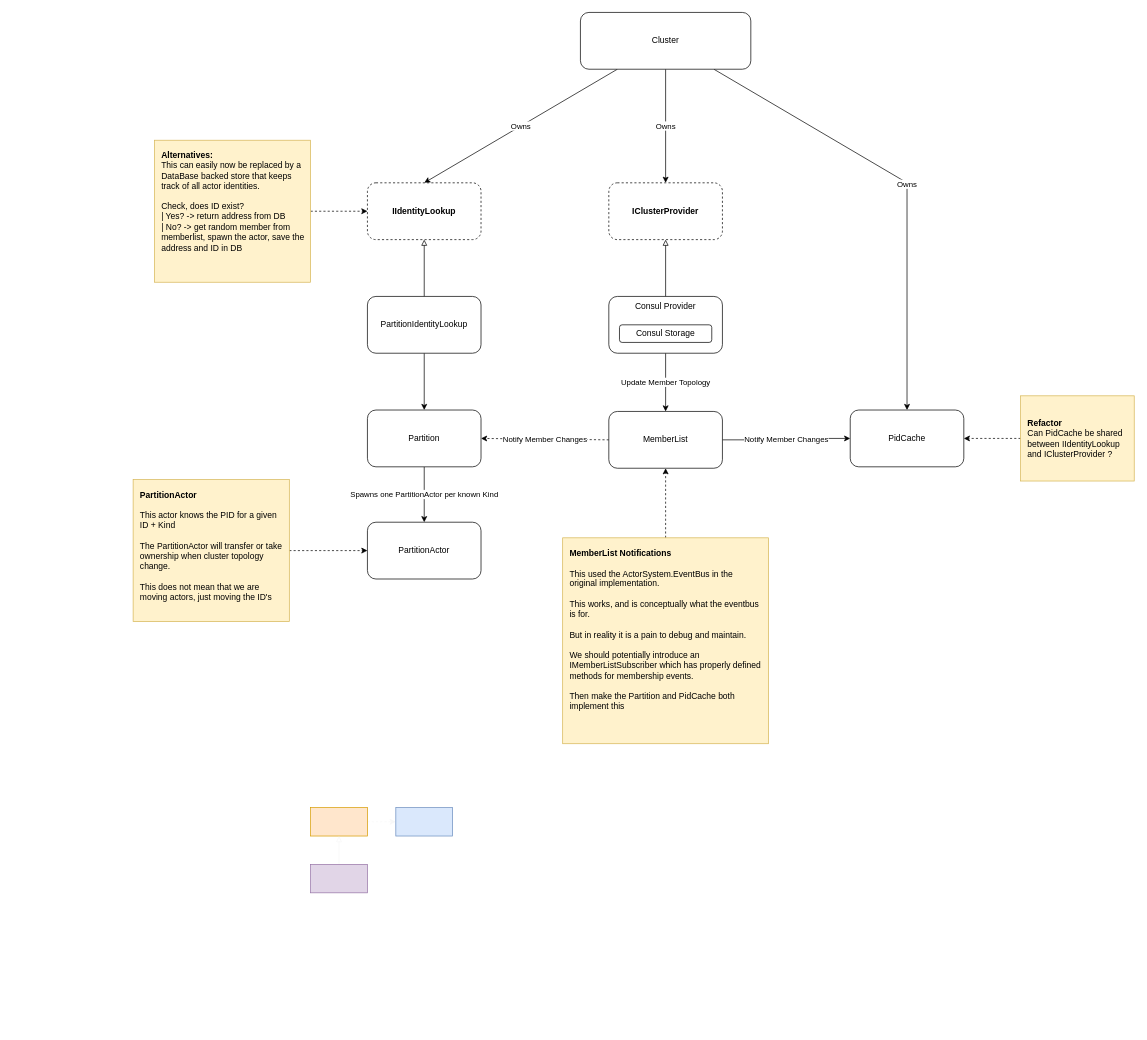
Before: page "Sida-1" (1 of 2) of cluster.drawio in asynkron/protoactor-dotnet, a draw.io diagram. Source tidied: cells renumbered, new cells numbered last; positions are measured from the earlier drawing's top-left corner, leaving out a move shared by most shapes. Both pictures are drawn from the tidied source at 71%, with x=0, y=0 at pixel (133, 12).
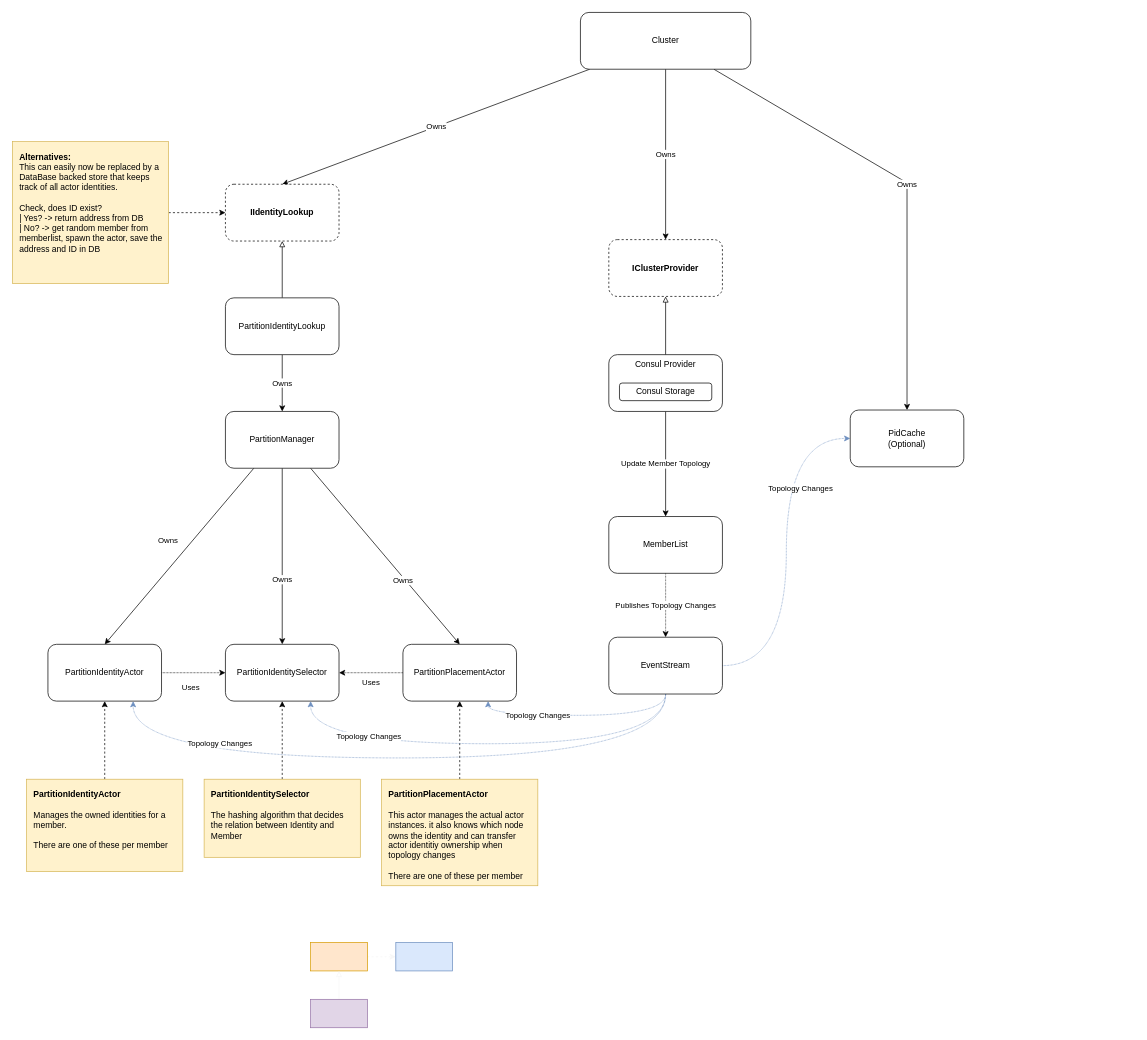
Above is the later version.

Commit message (it also covers changes not shown here):
new transfer strategy works

Change to the diagram source:
```diff
@@
     <mxCell id="3" value="IClusterProvider" style="rounded=1;whiteSpace=wrap;html=1;dashed=1;fontStyle=1;" parent="1" vertex="1">
-      <mxGeometry x="670" y="240" width="160" height="80" as="geometry" />
+      <mxGeometry x="670" y="320" width="160" height="80" as="geometry" />
     </mxCell>
-    <mxCell id="4" value="Notify Member Changes" style="edgeStyle=orthogonalEdgeStyle;rounded=0;jettySize=auto;html=1;exitX=1;exitY=0.5;exitDx=0;exitDy=0;entryX=0;entryY=0.5;entryDx=0;entryDy=0;endArrow=classic;endFill=1;" parent="1" edge="1" source="6" target="8">
-      <mxGeometry relative="1" as="geometry" />
+    <mxCell id="4" value="Topology Changes" style="edgeStyle=orthogonalEdgeStyle;rounded=0;jettySize=auto;html=1;exitX=1;exitY=0.5;exitDx=0;exitDy=0;entryX=0;entryY=0.5;entryDx=0;entryDy=0;endArrow=classic;endFill=1;curved=1;fillColor=#dae8fc;strokeColor=#6c8ebf;dashed=1;dashPattern=1 1;" parent="1" edge="1" source="50" target="8">
+      <mxGeometry x="0.36" y="-20" relative="1" as="geometry" />
     </mxCell>
-    <mxCell id="5" value="Notify Member Changes" style="edgeStyle=none;rounded=0;jettySize=auto;html=1;exitX=0;exitY=0.5;exitDx=0;exitDy=0;entryX=1;entryY=0.5;entryDx=0;entryDy=0;dashed=1;labelBackgroundColor=#ffffff;endArrow=classic;endFill=1;strokeColor=#000000;fontColor=#000000;" parent="1" edge="1" source="6" target="10">
-      <mxGeometry relative="1" as="geometry" />
-    </mxCell>
+    <mxCell id="36" value="Publishes Topology Changes" style="edgeStyle=orthogonalEdgeStyle;curved=1;rounded=0;jettySize=auto;html=1;exitX=0.5;exitY=1;exitDx=0;exitDy=0;entryX=0.5;entryY=0;entryDx=0;entryDy=0;dashed=1;dashPattern=1 1;" parent="1" edge="1" source="6" target="50">
+      <mxGeometry relative="1" as="geometry" />
+    </mxCell>
     <mxCell id="6" value="MemberList" style="rounded=1;whiteSpace=wrap;html=1;" parent="1" vertex="1">
-      <mxGeometry x="670" y="562" width="160" height="80" as="geometry" />
+      <mxGeometry x="670" y="710" width="160" height="80" as="geometry" />
     </mxCell>
@@
-    <mxCell id="8" value="PidCache" style="rounded=1;whiteSpace=wrap;html=1;" parent="1" vertex="1">
+    <mxCell id="8" value="PidCache&lt;br&gt;(Optional)" style="rounded=1;whiteSpace=wrap;html=1;" parent="1" vertex="1">
       <mxGeometry x="1010" y="560" width="160" height="80" as="geometry" />
     </mxCell>
-    <mxCell id="9" value="Spawns one PartitionActor per known Kind" style="edgeStyle=orthogonalEdgeStyle;rounded=0;jettySize=auto;html=1;exitX=0.5;exitY=1;exitDx=0;exitDy=0;entryX=0.5;entryY=0;entryDx=0;entryDy=0;endArrow=classic;endFill=1;" parent="1" edge="1" source="10" target="11">
-      <mxGeometry relative="1" as="geometry" />
+    <mxCell id="9" value="Owns" style="rounded=0;jettySize=auto;html=1;exitX=0.25;exitY=1;exitDx=0;exitDy=0;entryX=0.5;entryY=0;entryDx=0;entryDy=0;endArrow=classic;endFill=1;" parent="1" edge="1" source="10" target="11">
+      <mxGeometry x="-0.04" y="-26" relative="1" as="geometry" />
     </mxCell>
+    <mxCell id="37" value="Owns" style="edgeStyle=none;rounded=0;jettySize=auto;html=1;exitX=0.75;exitY=1;exitDx=0;exitDy=0;entryX=0.5;entryY=0;entryDx=0;entryDy=0;" parent="1" edge="1" source="10" target="41">
+      <mxGeometry x="0.26" y="-3" relative="1" as="geometry" />
+    </mxCell>
+    <mxCell id="38" value="Owns" style="rounded=0;jettySize=auto;html=1;exitX=0.5;exitY=1;exitDx=0;exitDy=0;entryX=0.5;entryY=0;entryDx=0;entryDy=0;" parent="1" edge="1" source="10" target="44">
+      <mxGeometry x="0.27" relative="1" as="geometry" />
+    </mxCell>
-    <mxCell id="10" value="Partition" style="rounded=1;whiteSpace=wrap;html=1;" parent="1" vertex="1">
-      <mxGeometry x="330" y="560" width="160" height="80" as="geometry" />
+    <mxCell id="10" value="PartitionManager" style="rounded=1;whiteSpace=wrap;html=1;" parent="1" vertex="1">
+      <mxGeometry x="130" y="562" width="160" height="80" as="geometry" />
     </mxCell>
+    <mxCell id="39" value="Uses" style="edgeStyle=none;rounded=0;jettySize=auto;html=1;exitX=1;exitY=0.5;exitDx=0;exitDy=0;entryX=0;entryY=0.5;entryDx=0;entryDy=0;dashed=1;dashPattern=1 1;" parent="1" edge="1" source="11" target="44">
+      <mxGeometry x="-0.08" y="-21" relative="1" as="geometry" />
+    </mxCell>
-    <mxCell id="11" value="PartitionActor" style="rounded=1;whiteSpace=wrap;html=1;" parent="1" vertex="1">
-      <mxGeometry x="330" y="718" width="160" height="80" as="geometry" />
+    <mxCell id="11" value="PartitionIdentityActor" style="rounded=1;whiteSpace=wrap;html=1;" parent="1" vertex="1">
+      <mxGeometry x="-120" y="890" width="160" height="80" as="geometry" />
     </mxCell>
@@
     <mxCell id="16" value="IIdentityLookup" style="rounded=1;whiteSpace=wrap;html=1;dashed=1;fontStyle=1;" parent="1" vertex="1">
-      <mxGeometry x="330" y="240" width="160" height="80" as="geometry" />
+      <mxGeometry x="130" y="242" width="160" height="80" as="geometry" />
     </mxCell>
-    <mxCell id="17" style="edgeStyle=none;rounded=0;jettySize=auto;html=1;exitX=0.5;exitY=1;exitDx=0;exitDy=0;entryX=0.5;entryY=0;entryDx=0;entryDy=0;endArrow=classic;endFill=1;" parent="1" edge="1" source="19" target="10">
+    <mxCell id="17" value="Owns" style="edgeStyle=none;rounded=0;jettySize=auto;html=1;exitX=0.5;exitY=1;exitDx=0;exitDy=0;entryX=0.5;entryY=0;entryDx=0;entryDy=0;endArrow=classic;endFill=1;" parent="1" edge="1" source="19" target="10">
       <mxGeometry relative="1" as="geometry" />
     </mxCell>
@@
     <mxCell id="19" value="PartitionIdentityLookup" style="rounded=1;whiteSpace=wrap;html=1;" parent="1" vertex="1">
-      <mxGeometry x="330" y="400" width="160" height="80" as="geometry" />
+      <mxGeometry x="130" y="402" width="160" height="80" as="geometry" />
     </mxCell>
-    <mxCell id="20" style="edgeStyle=none;rounded=0;jettySize=auto;html=1;exitX=0;exitY=0.5;exitDx=0;exitDy=0;entryX=1;entryY=0.5;entryDx=0;entryDy=0;dashed=1;endArrow=classic;endFill=1;" parent="1" edge="1" source="21" target="8">
-      <mxGeometry relative="1" as="geometry" />
-    </mxCell>
-    <mxCell id="21" value="&lt;b&gt;Refactor&lt;/b&gt;&lt;br&gt;Can PidCache be shared between IIdentityLookup and IClusterProvider ?" style="rounded=0;whiteSpace=wrap;html=1;fillColor=#fff2cc;strokeColor=#d6b656;align=left;spacing=10;" parent="1" vertex="1">
-      <mxGeometry x="1250" y="540" width="160" height="120" as="geometry" />
-    </mxCell>
@@
     <mxCell id="23" value="&lt;b&gt;Alternatives:&lt;/b&gt;&lt;br&gt;This can easily now be replaced by a DataBase backed store that keeps track of all actor identities.&lt;br&gt;&lt;br&gt;Check, does ID exist?&lt;br&gt;| Yes? -&amp;gt; return address from DB&lt;br&gt;| No? -&amp;gt; get random member from memberlist, spawn the actor, save the address and ID in DB" style="rounded=0;whiteSpace=wrap;html=1;fillColor=#fff2cc;strokeColor=#d6b656;align=left;spacing=10;verticalAlign=top;" parent="1" vertex="1">
-      <mxGeometry x="30" y="180" width="220" height="200" as="geometry" />
+      <mxGeometry x="-170" y="182" width="220" height="200" as="geometry" />
     </mxCell>
     <mxCell id="24" style="group;" parent="1" vertex="1">
-      <mxGeometry x="670" y="400" width="160" height="80" as="geometry" />
+      <mxGeometry x="670" y="482" width="160" height="80" as="geometry" />
     </mxCell>
@@
-    <mxCell id="27" style="edgeStyle=none;rounded=0;jettySize=auto;html=1;exitX=1;exitY=0.5;exitDx=0;exitDy=0;entryX=0;entryY=0.5;entryDx=0;entryDy=0;dashed=1;labelBackgroundColor=#ffffff;endArrow=classic;endFill=1;strokeColor=#000000;fontColor=#000000;" parent="1" edge="1" source="28" target="11">
+    <mxCell id="27" style="edgeStyle=none;rounded=0;jettySize=auto;html=1;exitX=0.5;exitY=0;exitDx=0;exitDy=0;dashed=1;labelBackgroundColor=#ffffff;endArrow=classic;endFill=1;strokeColor=#000000;fontColor=#000000;entryX=0.5;entryY=1;entryDx=0;entryDy=0;" parent="1" edge="1" source="28" target="11">
       <mxGeometry relative="1" as="geometry" />
     </mxCell>
-    <mxCell id="28" value="&lt;b&gt;PartitionActor&lt;/b&gt;&lt;br&gt;&lt;br&gt;This actor knows the PID for a given ID + Kind&lt;br&gt;&lt;br&gt;The PartitionActor will transfer or take ownership when cluster topology change.&lt;br&gt;&lt;br&gt;This does not mean that we are moving actors, just moving the ID's" style="rounded=0;whiteSpace=wrap;html=1;fillColor=#fff2cc;strokeColor=#d6b656;align=left;spacing=10;verticalAlign=top;" parent="1" vertex="1">
-      <mxGeometry y="658" width="220" height="200" as="geometry" />
+    <mxCell id="28" value="&lt;b&gt;PartitionIdentityActor&lt;br&gt;&lt;/b&gt;&lt;br&gt;Manages the owned identities for a member.&lt;br&gt;&lt;br&gt;There are one of these per member" style="rounded=0;whiteSpace=wrap;html=1;fillColor=#fff2cc;strokeColor=#d6b656;align=left;spacing=10;verticalAlign=top;" parent="1" vertex="1">
+      <mxGeometry x="-150" y="1080" width="220" height="130" as="geometry" />
     </mxCell>
-    <mxCell id="29" style="edgeStyle=none;rounded=0;jettySize=auto;html=1;exitX=0.5;exitY=0;exitDx=0;exitDy=0;entryX=0.5;entryY=1;entryDx=0;entryDy=0;dashed=1;labelBackgroundColor=#ffffff;endArrow=classic;endFill=1;strokeColor=#000000;fontColor=#000000;" parent="1" edge="1" source="30" target="6">
-      <mxGeometry relative="1" as="geometry" />
-    </mxCell>
-    <mxCell id="30" value="&lt;b&gt;MemberList Notifications&lt;/b&gt;&lt;br&gt;&lt;br&gt;This used the ActorSystem.EventBus in the original implementation.&lt;br&gt;&lt;br&gt;This works, and is conceptually what the eventbus is for.&lt;br&gt;&lt;br&gt;But in reality it is a pain to debug and maintain.&amp;nbsp;&amp;nbsp;&lt;br&gt;&lt;br&gt;We should potentially introduce an IMemberListSubscriber which has properly defined methods for membership events.&lt;br&gt;&lt;br&gt;Then make the Partition and PidCache both implement this&amp;nbsp;" style="rounded=0;whiteSpace=wrap;html=1;fillColor=#fff2cc;strokeColor=#d6b656;align=left;spacing=10;verticalAlign=top;" parent="1" vertex="1">
-      <mxGeometry x="605" y="740" width="290" height="290" as="geometry" />
-    </mxCell>
@@
     <mxCell id="32" style="rounded=0;whiteSpace=wrap;html=1;strokeColor=#d79b00;fillColor=#ffe6cc;align=left;" parent="1" vertex="1">
-      <mxGeometry x="250" y="1120" width="80" height="40" as="geometry" />
+      <mxGeometry x="250" y="1310" width="80" height="40" as="geometry" />
     </mxCell>
     <mxCell id="33" style="rounded=0;whiteSpace=wrap;html=1;strokeColor=#6c8ebf;fillColor=#dae8fc;align=left;" parent="1" vertex="1">
-      <mxGeometry x="370" y="1120" width="80" height="40" as="geometry" />
+      <mxGeometry x="370" y="1310" width="80" height="40" as="geometry" />
     </mxCell>
@@
     <mxCell id="35" style="rounded=0;whiteSpace=wrap;html=1;strokeColor=#9673a6;fillColor=#e1d5e7;align=left;" parent="1" vertex="1">
-      <mxGeometry x="250" y="1200" width="80" height="40" as="geometry" />
+      <mxGeometry x="250" y="1390" width="80" height="40" as="geometry" />
     </mxCell>
+    <mxCell id="40" value="Uses" style="edgeStyle=none;rounded=0;jettySize=auto;html=1;exitX=0;exitY=0.5;exitDx=0;exitDy=0;entryX=1;entryY=0.5;entryDx=0;entryDy=0;dashed=1;dashPattern=1 1;" parent="1" edge="1" source="41" target="44">
+      <mxGeometry y="14" relative="1" as="geometry" />
+    </mxCell>
+    <mxCell id="41" value="PartitionPlacementActor" style="rounded=1;whiteSpace=wrap;html=1;" parent="1" vertex="1">
+      <mxGeometry x="380" y="890" width="160" height="80" as="geometry" />
+    </mxCell>
+    <mxCell id="42" style="edgeStyle=none;rounded=0;jettySize=auto;html=1;exitX=0.5;exitY=0;exitDx=0;exitDy=0;entryX=0.5;entryY=1;entryDx=0;entryDy=0;dashed=1;" parent="1" edge="1" source="43" target="41">
+      <mxGeometry relative="1" as="geometry" />
+    </mxCell>
+    <mxCell id="43" value="&lt;b&gt;PartitionPlacementActor&lt;br&gt;&lt;/b&gt;&lt;br&gt;This actor manages the actual actor instances. it also knows which node owns the identity and can transfer actor identitiy ownership when topology changes&lt;br&gt;&lt;br&gt;There are one of these per member" style="rounded=0;whiteSpace=wrap;html=1;fillColor=#fff2cc;strokeColor=#d6b656;align=left;spacing=10;verticalAlign=top;" parent="1" vertex="1">
+      <mxGeometry x="350" y="1080" width="220" height="150" as="geometry" />
+    </mxCell>
+    <mxCell id="44" value="PartitionIdentitySelector" style="rounded=1;whiteSpace=wrap;html=1;" parent="1" vertex="1">
+      <mxGeometry x="130" y="890" width="160" height="80" as="geometry" />
+    </mxCell>
+    <mxCell id="45" style="edgeStyle=none;rounded=0;jettySize=auto;html=1;exitX=0.5;exitY=0;exitDx=0;exitDy=0;entryX=0.5;entryY=1;entryDx=0;entryDy=0;dashed=1;" parent="1" edge="1" source="46" target="44">
+      <mxGeometry relative="1" as="geometry" />
+    </mxCell>
+    <mxCell id="46" value="&lt;span style=&quot;text-align: center&quot;&gt;&lt;b&gt;PartitionIdentitySelector&lt;/b&gt;&lt;/span&gt;&lt;b&gt;&lt;br&gt;&lt;/b&gt;&lt;br&gt;The hashing algorithm that decides the relation between Identity and Member" style="rounded=0;whiteSpace=wrap;html=1;fillColor=#fff2cc;strokeColor=#d6b656;align=left;spacing=10;verticalAlign=top;" parent="1" vertex="1">
+      <mxGeometry x="100" y="1080" width="220" height="110" as="geometry" />
+    </mxCell>
+    <mxCell id="47" value="Topology Changes" style="rounded=0;jettySize=auto;html=1;exitX=0.5;exitY=1;exitDx=0;exitDy=0;entryX=0.75;entryY=1;entryDx=0;entryDy=0;endArrow=classic;endFill=1;edgeStyle=orthogonalEdgeStyle;curved=1;fillColor=#dae8fc;strokeColor=#6c8ebf;dashed=1;dashPattern=1 1;" parent="1" edge="1" source="50" target="41">
+      <mxGeometry x="0.4" relative="1" as="geometry" />
+    </mxCell>
+    <mxCell id="48" value="Topology Changes" style="rounded=0;jettySize=auto;html=1;exitX=0.5;exitY=1;exitDx=0;exitDy=0;entryX=0.75;entryY=1;entryDx=0;entryDy=0;endArrow=classic;endFill=1;edgeStyle=orthogonalEdgeStyle;curved=1;fillColor=#dae8fc;strokeColor=#6c8ebf;dashed=1;dashPattern=1 1;" parent="1" edge="1" source="50" target="44">
+      <mxGeometry x="0.55" y="-10" relative="1" as="geometry">
+        <Array as="points">
+          <mxPoint x="750" y="1030" />
+          <mxPoint x="250" y="1030" />
+        </Array>
+      </mxGeometry>
+    </mxCell>
+    <mxCell id="49" value="Topology Changes" style="rounded=0;jettySize=auto;html=1;exitX=0.5;exitY=1;exitDx=0;exitDy=0;entryX=0.75;entryY=1;entryDx=0;entryDy=0;endArrow=classic;endFill=1;edgeStyle=orthogonalEdgeStyle;curved=1;fillColor=#dae8fc;strokeColor=#6c8ebf;dashed=1;dashPattern=1 1;" parent="1" edge="1" source="50" target="11">
+      <mxGeometry x="0.56" y="-20" relative="1" as="geometry">
+        <Array as="points">
+          <mxPoint x="750" y="1050" />
+          <mxPoint y="1050" />
+        </Array>
+      </mxGeometry>
+    </mxCell>
+    <mxCell id="50" value="EventStream" style="rounded=1;whiteSpace=wrap;html=1;" parent="1" vertex="1">
+      <mxGeometry x="670" y="880" width="160" height="80" as="geometry" />
+    </mxCell>
```
